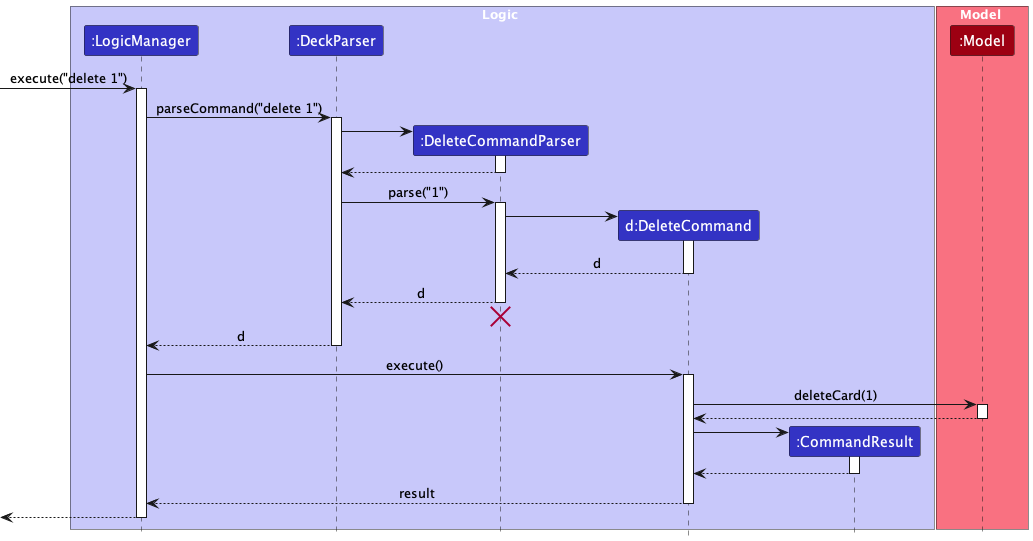
nus-cs2103-AY2324S1/tp keeps this PlantUML diagram as docs/images/DeleteSequenceDiagram.png. Above is the earlier version.
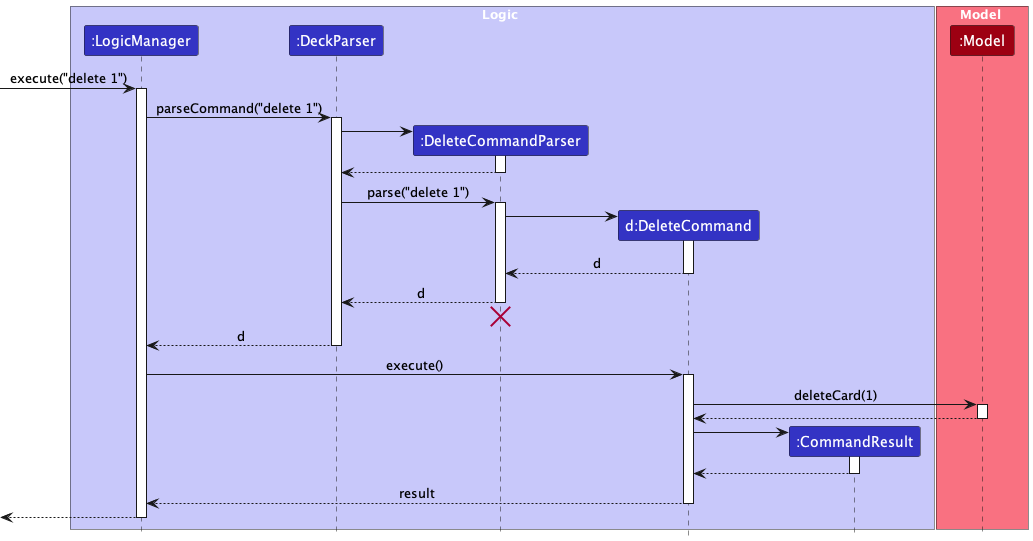
The same diagram one commit later.

Change to the diagram source:
```diff
@@ -27,7 +27,7 @@
 DeleteCommandParser --> DeckParser
 deactivate DeleteCommandParser
 
-DeckParser -> DeleteCommandParser : parse("1")
+DeckParser -> DeleteCommandParser : parse("delete 1")
 activate DeleteCommandParser
 
 create DeleteCommand
```
